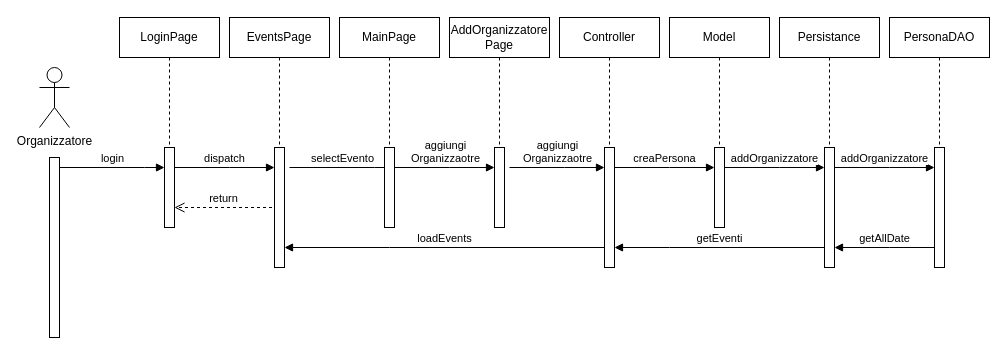
Before: Documentazione/Diagrammi/Draw.io/6 - Diagramma di Sequenza - Aggiungi Organizzatore.drawio in IngSW-unipv/Progetto-H25, a draw.io diagram. Source tidied: cells renumbered, new cells numbered last; positions are measured from the earlier drawing's top-left corner, leaving out a move shared by most shapes. Both pictures are drawn from the tidied source at 100%, with x=0, y=0 at pixel (39, 17).
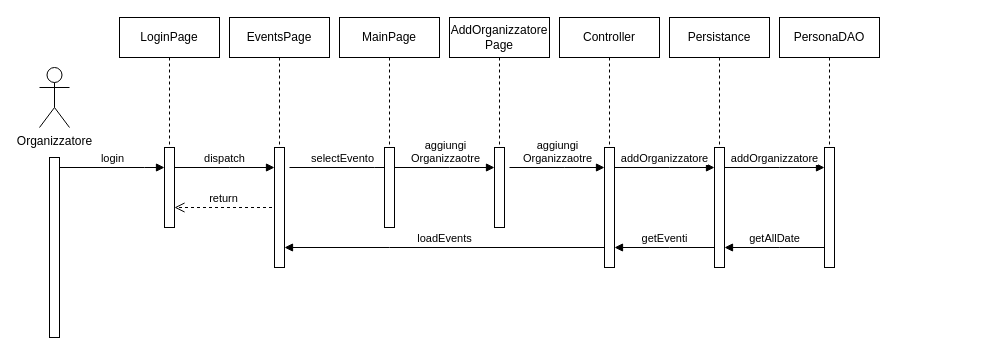
The same page after the edit.

The change refers to these unchanged cells:
```xml
<mxCell id="27" style="html=1;points=[[0,0,0,0,5],[0,1,0,0,-5],[1,0,0,0,5],[1,1,0,0,-5]];perimeter=orthogonalPerimeter;outlineConnect=0;targetShapes=umlLifeline;portConstraint=eastwest;newEdgeStyle={&quot;curved&quot;:0,&quot;rounded&quot;:0};" parent="25" vertex="1">
  <mxGeometry x="45" y="130" width="10" height="120" as="geometry" />
</mxCell>
<mxCell id="31" style="html=1;points=[[0,0,0,0,5],[0,1,0,0,-5],[1,0,0,0,5],[1,1,0,0,-5]];perimeter=orthogonalPerimeter;outlineConnect=0;targetShapes=umlLifeline;portConstraint=eastwest;newEdgeStyle={&quot;curved&quot;:0,&quot;rounded&quot;:0};" parent="29" vertex="1">
  <mxGeometry x="45" y="130" width="10" height="120" as="geometry" />
</mxCell>
```

Change to the diagram source:
```diff
@@
-    <mxCell id="21" style="group;" parent="1" vertex="1">
-      <mxGeometry x="630" width="100" height="210" as="geometry" />
-    </mxCell>
-    <mxCell id="22" value="Model" style="shape=umlLifeline;perimeter=lifelinePerimeter;whiteSpace=wrap;html=1;newEdgeStyle={&quot;edgeStyle&quot;:&quot;elbowEdgeStyle&quot;,&quot;elbow&quot;:&quot;vertical&quot;,&quot;curved&quot;:0,&quot;rounded&quot;:0};" parent="21" vertex="1">
-      <mxGeometry width="100" height="210" as="geometry" />
-    </mxCell>
-    <mxCell id="23" style="html=1;perimeter=orthogonalPerimeter;targetShapes=umlLifeline;newEdgeStyle={&quot;curved&quot;:0,&quot;rounded&quot;:0};" parent="21" vertex="1">
-      <mxGeometry x="45" y="130" width="10" height="80" as="geometry" />
-    </mxCell>
-    <mxCell id="24" value="creaPersona" style="html=1;verticalAlign=bottom;endArrow=block;edgeStyle=elbowEdgeStyle;elbow=vertical;curved=0;rounded=0;" parent="21" edge="1">
-      <mxGeometry relative="1" as="geometry">
-        <mxPoint x="-55" y="150" as="sourcePoint" />
-        <mxPoint x="45" y="150" as="targetPoint" />
-        <Array as="points">
-          <mxPoint y="150" />
-        </Array>
-      </mxGeometry>
-    </mxCell>
     <mxCell id="25" style="group;" parent="1" vertex="1">
-      <mxGeometry x="740" width="100" height="280" as="geometry" />
+      <mxGeometry x="630" width="100" height="280" as="geometry" />
     </mxCell>
@@
     <mxCell id="29" style="group;" parent="1" vertex="1">
-      <mxGeometry x="850" width="100" height="270" as="geometry" />
+      <mxGeometry x="740" width="100" height="270" as="geometry" />
     </mxCell>
@@
     <mxCell id="35" value="getAllDate" style="html=1;verticalAlign=bottom;endArrow=block;edgeStyle=elbowEdgeStyle;elbow=vertical;curved=0;rounded=0;" parent="1" edge="1" source="31" target="27">
       <mxGeometry relative="1" as="geometry">
         <Array as="points">
-          <mxPoint x="850" y="230" />
+          <mxPoint x="740" y="230" />
         </Array>
       </mxGeometry>
     </mxCell>
```
